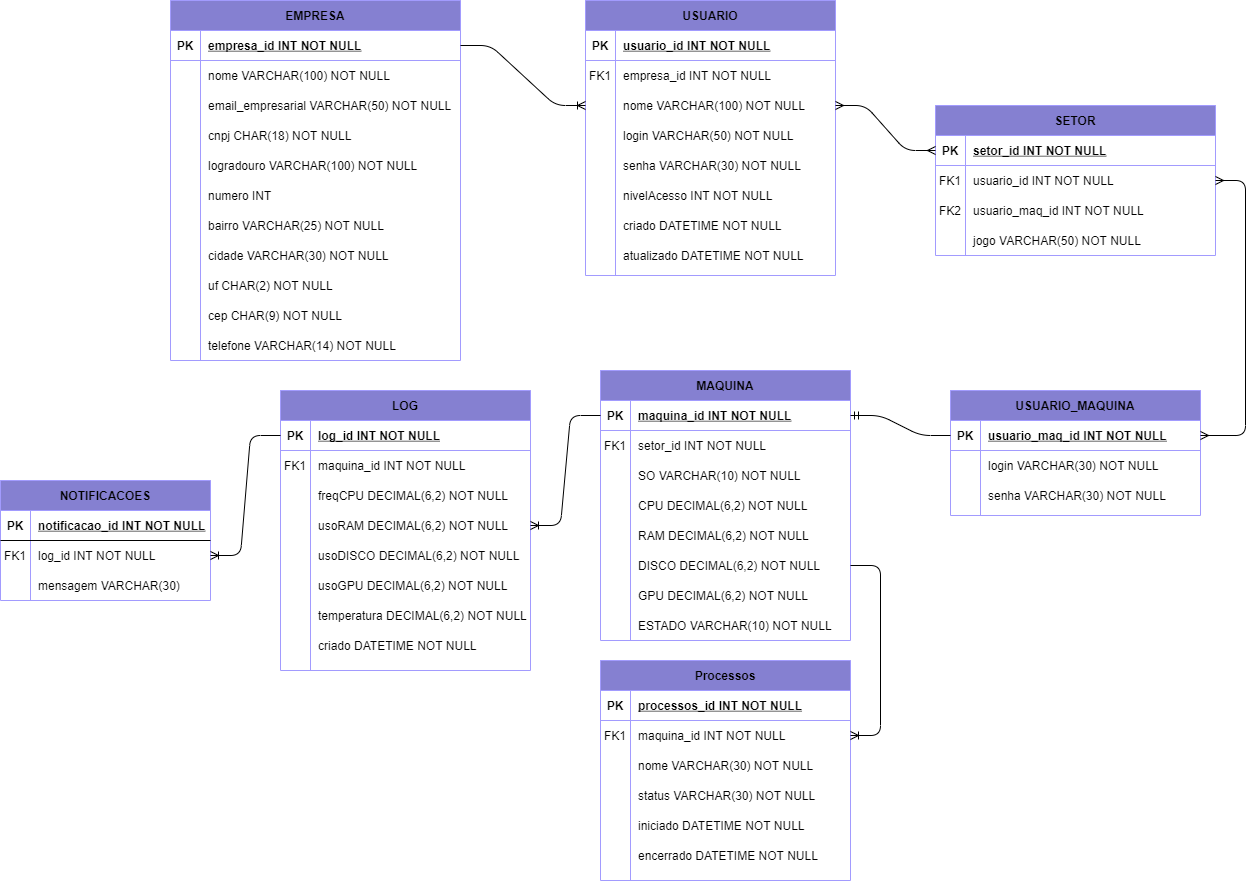
This is Sprint2/DER.drawio.png from W-A-S-D/documentation, a draw.io export, as it was before one commit. Source tidied: cells renumbered, new cells last; positions are measured from the earlier drawing's top-left corner, leaving out a move shared by most shapes.
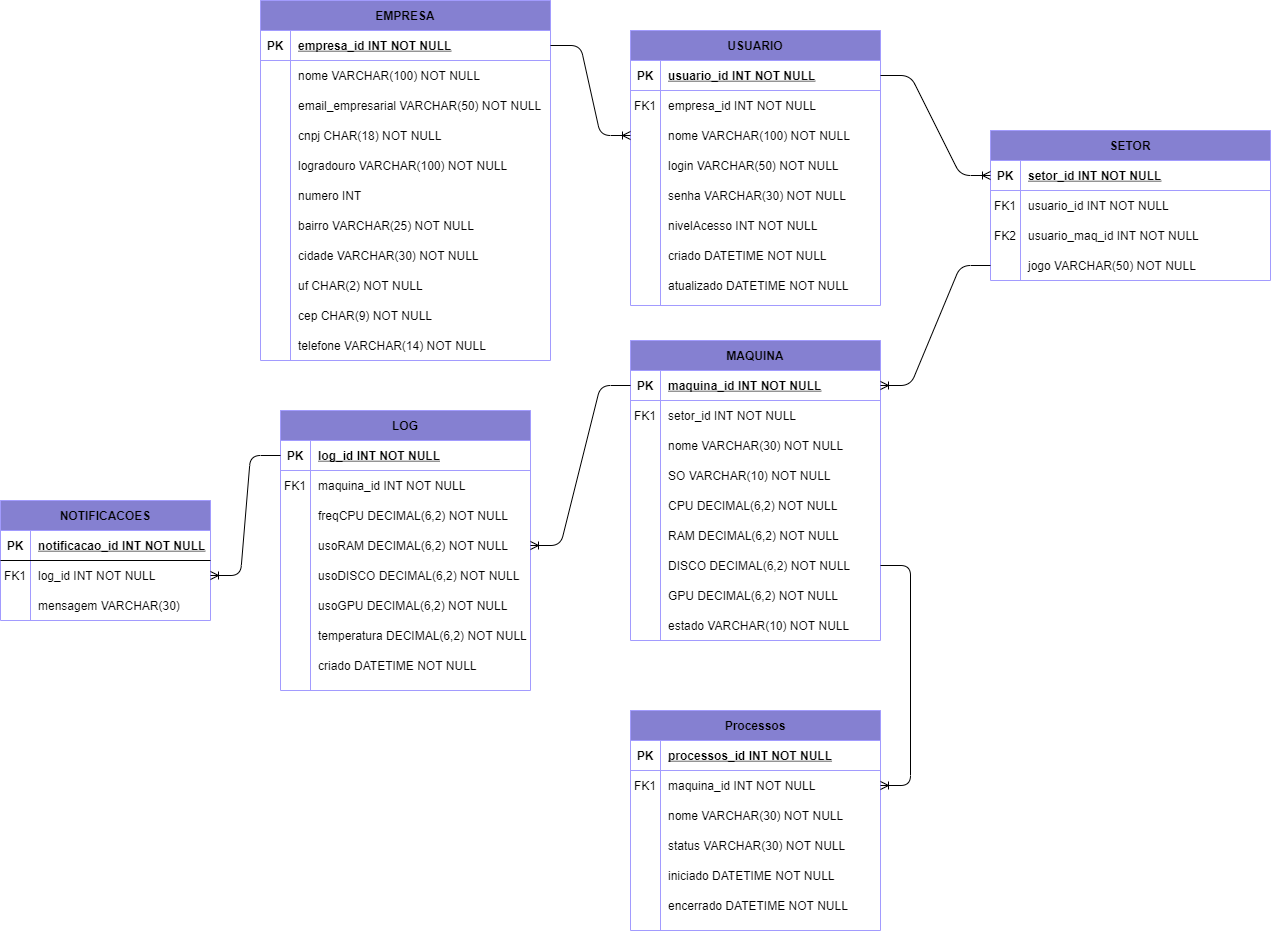
The same file after the commit.

Commit message:
Atualizando DER e BPMN

What changed in the source:
```diff
@@ -3,7 +3,7 @@
     <mxCell id="0" />
     <mxCell id="1" parent="0" />
     <mxCell id="2" value="USUARIO" style="shape=table;startSize=30;rowLines=0;fontStyle=1;align=center;fontColor=#000000;strokeColor=#A29BFE;fillColor=#8580D1;" parent="1" vertex="1">
-      <mxGeometry x="585" width="250" height="275" as="geometry" />
+      <mxGeometry x="650" y="20" width="250" height="275" as="geometry" />
     </mxCell>
     <mxCell id="3" style="shape=partialRectangle;fillColor=none;points=[[0,0.5],[1,0.5]];portConstraint=eastwest;top=0;left=0;right=0;bottom=1;fontColor=#000000;strokeColor=#A29BFE;" parent="2" vertex="1">
       <mxGeometry y="30" width="250" height="30" as="geometry" />
@@ -78,7 +78,7 @@
       <mxGeometry x="30" width="220" height="30" as="geometry" />
     </mxCell>
     <mxCell id="27" value="EMPRESA" style="shape=table;startSize=30;rowLines=0;fontStyle=1;align=center;fontColor=#000000;strokeColor=#A29BFE;fillColor=#8580D1;" parent="1" vertex="1">
-      <mxGeometry x="170" width="290" height="360" as="geometry" />
+      <mxGeometry x="280" y="-10" width="290" height="360" as="geometry" />
     </mxCell>
     <mxCell id="28" style="shape=partialRectangle;fillColor=none;points=[[0,0.5],[1,0.5]];portConstraint=eastwest;top=0;left=0;right=0;bottom=1;fontColor=#000000;strokeColor=#A29BFE;" parent="27" vertex="1">
       <mxGeometry y="30" width="290" height="30" as="geometry" />
@@ -180,7 +180,7 @@
       <mxGeometry x="30" width="260" height="30" as="geometry" />
     </mxCell>
     <mxCell id="61" value="SETOR" style="shape=table;startSize=30;rowLines=0;fontStyle=1;align=center;fontColor=#000000;strokeColor=#A29BFE;fillColor=#8580D1;" parent="1" vertex="1">
-      <mxGeometry x="935" y="105" width="280" height="150" as="geometry" />
+      <mxGeometry x="1010" y="120" width="280" height="150" as="geometry" />
     </mxCell>
     <mxCell id="62" style="shape=partialRectangle;fillColor=none;points=[[0,0.5],[1,0.5]];portConstraint=eastwest;top=0;left=0;right=0;bottom=1;fontColor=#000000;strokeColor=#A29BFE;" parent="61" vertex="1">
       <mxGeometry y="30" width="280" height="30" as="geometry" />
@@ -219,7 +219,7 @@
       <mxGeometry x="30" width="250" height="30" as="geometry" />
     </mxCell>
     <mxCell id="74" value="MAQUINA" style="shape=table;startSize=30;rowLines=0;fontStyle=1;align=center;fontColor=#000000;fillColor=#8580D1;strokeColor=#A29BFE;" parent="1" vertex="1">
-      <mxGeometry x="600" y="370" width="250" height="270" as="geometry" />
+      <mxGeometry x="650" y="330" width="250" height="300" as="geometry" />
     </mxCell>
     <mxCell id="75" style="shape=partialRectangle;fillColor=none;points=[[0,0.5],[1,0.5]];portConstraint=eastwest;top=0;left=0;right=0;bottom=1;fontColor=#000000;strokeColor=#A29BFE;" parent="74" vertex="1">
       <mxGeometry y="30" width="250" height="30" as="geometry" />
@@ -239,8 +239,17 @@
     <mxCell id="80" value="setor_id INT NOT NULL" style="shape=partialRectangle;overflow=hidden;fillColor=none;top=0;left=0;bottom=0;right=0;align=left;spacingLeft=6;fontColor=#000000;strokeColor=#A29BFE;" parent="78" vertex="1">
       <mxGeometry x="30" width="220" height="30" as="geometry" />
     </mxCell>
+    <mxCell id="153" style="shape=partialRectangle;fillColor=none;top=0;left=0;right=0;bottom=0;fontColor=#000000;strokeColor=#A29BFE;" parent="74" vertex="1">
+      <mxGeometry y="90" width="250" height="30" as="geometry" />
+    </mxCell>
+    <mxCell id="170" style="shape=partialRectangle;overflow=hidden;fillColor=none;top=0;left=0;bottom=0;right=0;fontColor=#000000;strokeColor=#A29BFE;" parent="153" vertex="1">
+      <mxGeometry width="30" height="30" as="geometry" />
+    </mxCell>
+    <mxCell id="171" value="nome VARCHAR(30) NOT NULL" style="shape=partialRectangle;overflow=hidden;fillColor=none;top=0;left=0;bottom=0;right=0;align=left;spacingLeft=6;fontColor=#000000;strokeColor=#A29BFE;" parent="153" vertex="1">
+      <mxGeometry x="30" width="220" height="30" as="geometry" />
+    </mxCell>
     <mxCell id="81" style="shape=partialRectangle;fillColor=none;top=0;left=0;right=0;bottom=0;fontColor=#000000;strokeColor=#A29BFE;" parent="74" vertex="1">
-      <mxGeometry y="90" width="250" height="30" as="geometry" />
+      <mxGeometry y="120" width="250" height="30" as="geometry" />
     </mxCell>
     <mxCell id="82" style="shape=partialRectangle;overflow=hidden;fillColor=none;top=0;left=0;bottom=0;right=0;fontColor=#000000;strokeColor=#A29BFE;" parent="81" vertex="1">
       <mxGeometry width="30" height="30" as="geometry" />
@@ -249,7 +258,7 @@
       <mxGeometry x="30" width="220" height="30" as="geometry" />
     </mxCell>
     <mxCell id="84" style="shape=partialRectangle;fillColor=none;top=0;left=0;right=0;bottom=0;fontColor=#000000;strokeColor=#A29BFE;" parent="74" vertex="1">
-      <mxGeometry y="120" width="250" height="30" as="geometry" />
+      <mxGeometry y="150" width="250" height="30" as="geometry" />
     </mxCell>
     <mxCell id="85" style="shape=partialRectangle;overflow=hidden;fillColor=none;top=0;left=0;bottom=0;right=0;fontColor=#000000;strokeColor=#A29BFE;" parent="84" vertex="1">
       <mxGeometry width="30" height="30" as="geometry" />
@@ -258,7 +267,7 @@
       <mxGeometry x="30" width="220" height="30" as="geometry" />
     </mxCell>
     <mxCell id="87" style="shape=partialRectangle;fillColor=none;top=0;left=0;right=0;bottom=0;fontColor=#000000;strokeColor=#A29BFE;" parent="74" vertex="1">
-      <mxGeometry y="150" width="250" height="30" as="geometry" />
+      <mxGeometry y="180" width="250" height="30" as="geometry" />
     </mxCell>
     <mxCell id="88" style="shape=partialRectangle;overflow=hidden;fillColor=none;top=0;left=0;bottom=0;right=0;fontColor=#000000;strokeColor=#A29BFE;" parent="87" vertex="1">
       <mxGeometry width="30" height="30" as="geometry" />
@@ -267,7 +276,7 @@
       <mxGeometry x="30" width="220" height="30" as="geometry" />
     </mxCell>
     <mxCell id="90" style="shape=partialRectangle;fillColor=none;points=[[0,0.5],[1,0.5]];portConstraint=eastwest;top=0;left=0;right=0;bottom=0;fontColor=#000000;strokeColor=#A29BFE;" parent="74" vertex="1">
-      <mxGeometry y="180" width="250" height="30" as="geometry" />
+      <mxGeometry y="210" width="250" height="30" as="geometry" />
     </mxCell>
     <mxCell id="91" style="shape=partialRectangle;overflow=hidden;fillColor=none;top=0;left=0;bottom=0;right=0;fontColor=#000000;strokeColor=#A29BFE;" parent="90" vertex="1">
       <mxGeometry width="30" height="30" as="geometry" />
@@ -276,7 +285,7 @@
       <mxGeometry x="30" width="220" height="30" as="geometry" />
     </mxCell>
     <mxCell id="93" style="shape=partialRectangle;fillColor=none;top=0;left=0;right=0;bottom=0;fontColor=#000000;strokeColor=#A29BFE;" parent="74" vertex="1">
-      <mxGeometry y="210" width="250" height="30" as="geometry" />
+      <mxGeometry y="240" width="250" height="30" as="geometry" />
     </mxCell>
     <mxCell id="94" style="shape=partialRectangle;overflow=hidden;fillColor=none;top=0;left=0;bottom=0;right=0;fontColor=#000000;strokeColor=#A29BFE;" parent="93" vertex="1">
       <mxGeometry width="30" height="30" as="geometry" />
@@ -285,16 +294,16 @@
       <mxGeometry x="30" width="220" height="30" as="geometry" />
     </mxCell>
     <mxCell id="96" style="shape=partialRectangle;fillColor=none;top=0;left=0;right=0;bottom=0;fontColor=#000000;strokeColor=#A29BFE;" parent="74" vertex="1">
-      <mxGeometry y="240" width="250" height="30" as="geometry" />
+      <mxGeometry y="270" width="250" height="30" as="geometry" />
     </mxCell>
     <mxCell id="97" style="shape=partialRectangle;overflow=hidden;fillColor=none;top=0;left=0;bottom=0;right=0;fontColor=#000000;strokeColor=#A29BFE;" parent="96" vertex="1">
       <mxGeometry width="30" height="30" as="geometry" />
     </mxCell>
-    <mxCell id="98" value="ESTADO VARCHAR(10) NOT NULL" style="shape=partialRectangle;overflow=hidden;fillColor=none;top=0;left=0;bottom=0;right=0;align=left;spacingLeft=6;fontColor=#000000;strokeColor=#A29BFE;" parent="96" vertex="1">
+    <mxCell id="98" value="estado VARCHAR(10) NOT NULL" style="shape=partialRectangle;overflow=hidden;fillColor=none;top=0;left=0;bottom=0;right=0;align=left;spacingLeft=6;fontColor=#000000;strokeColor=#A29BFE;" parent="96" vertex="1">
       <mxGeometry x="30" width="220" height="30" as="geometry" />
     </mxCell>
     <mxCell id="99" value="LOG" style="shape=table;startSize=30;rowLines=0;fontStyle=1;align=center;fontColor=#000000;fillColor=#8580D1;strokeColor=#A29BFE;" parent="1" vertex="1">
-      <mxGeometry x="280" y="390" width="250" height="280" as="geometry" />
+      <mxGeometry x="300" y="400" width="250" height="280" as="geometry" />
     </mxCell>
     <mxCell id="100" style="shape=partialRectangle;fillColor=none;points=[[0,0.5],[1,0.5]];portConstraint=eastwest;top=0;left=0;right=0;bottom=1;fontColor=#000000;strokeColor=#A29BFE;" parent="99" vertex="1">
       <mxGeometry y="30" width="250" height="30" as="geometry" />
@@ -369,7 +378,7 @@
       <mxGeometry x="30" width="220" height="30" as="geometry" />
     </mxCell>
     <mxCell id="124" value="Processos" style="shape=table;startSize=30;rowLines=0;fontStyle=1;align=center;fontColor=#000000;strokeColor=#A29BFE;fillColor=#8580D1;" parent="1" vertex="1">
-      <mxGeometry x="600" y="660" width="250" height="220" as="geometry" />
+      <mxGeometry x="650" y="700" width="250" height="220" as="geometry" />
     </mxCell>
     <mxCell id="125" style="shape=partialRectangle;fillColor=none;top=0;left=0;right=0;bottom=1;fontColor=#000000;strokeColor=#A29BFE;" parent="124" vertex="1">
       <mxGeometry y="30" width="250" height="30" as="geometry" />
@@ -434,47 +443,8 @@
     <mxCell id="145" style="edgeStyle=entityRelationEdgeStyle;fontSize=12;html=1;endArrow=ERoneToMany;exitX=1;exitY=0.5;exitDx=0;exitDy=0;fontColor=#000000;strokeColor=#000000;" parent="1" edge="1" source="90" target="128">
       <mxGeometry relative="1" as="geometry" />
     </mxCell>
-    <mxCell id="146" value="USUARIO_MAQUINA" style="shape=table;startSize=30;rowLines=0;fontStyle=1;align=center;fontColor=#000000;strokeColor=#A29BFE;fillColor=#8580D1;" parent="1" vertex="1">
-      <mxGeometry x="950" y="390" width="250" height="125" as="geometry" />
-    </mxCell>
-    <mxCell id="147" style="shape=partialRectangle;fillColor=none;points=[[0,0.5],[1,0.5]];portConstraint=eastwest;top=0;left=0;right=0;bottom=1;fontColor=#000000;strokeColor=#A29BFE;" parent="146" vertex="1">
-      <mxGeometry y="30" width="250" height="30" as="geometry" />
-    </mxCell>
-    <mxCell id="148" value="PK" style="shape=partialRectangle;overflow=hidden;fillColor=none;top=0;left=0;bottom=0;right=0;fontStyle=1;fontColor=#000000;strokeColor=#A29BFE;" parent="147" vertex="1">
-      <mxGeometry width="30" height="30" as="geometry" />
-    </mxCell>
-    <mxCell id="149" value="usuario_maq_id INT NOT NULL " style="shape=partialRectangle;overflow=hidden;fillColor=none;top=0;left=0;bottom=0;right=0;align=left;spacingLeft=6;fontStyle=5;fontColor=#000000;strokeColor=#A29BFE;" parent="147" vertex="1">
-      <mxGeometry x="30" width="220" height="30" as="geometry" />
-    </mxCell>
-    <mxCell id="150" style="shape=partialRectangle;fillColor=none;top=0;left=0;right=0;bottom=0;fontColor=#000000;strokeColor=#A29BFE;" parent="146" vertex="1">
-      <mxGeometry y="60" width="250" height="30" as="geometry" />
-    </mxCell>
-    <mxCell id="151" style="shape=partialRectangle;overflow=hidden;fillColor=none;top=0;left=0;bottom=0;right=0;fontColor=#000000;strokeColor=#A29BFE;" parent="150" vertex="1">
-      <mxGeometry width="30" height="30" as="geometry" />
-    </mxCell>
-    <mxCell id="152" value="login VARCHAR(30) NOT NULL" style="shape=partialRectangle;overflow=hidden;fillColor=none;top=0;left=0;bottom=0;right=0;align=left;spacingLeft=6;fontColor=#000000;strokeColor=#A29BFE;" parent="150" vertex="1">
-      <mxGeometry x="30" width="220" height="30" as="geometry" />
-    </mxCell>
-    <mxCell id="153" style="shape=partialRectangle;fillColor=none;top=0;left=0;right=0;bottom=0;fontColor=#000000;strokeColor=#A29BFE;" parent="146" vertex="1">
-      <mxGeometry y="90" width="250" height="30" as="geometry" />
-    </mxCell>
-    <mxCell id="154" style="shape=partialRectangle;overflow=hidden;fillColor=none;top=0;left=0;bottom=0;right=0;fontColor=#000000;strokeColor=#A29BFE;" parent="153" vertex="1">
-      <mxGeometry width="30" height="30" as="geometry" />
-    </mxCell>
-    <mxCell id="155" value="senha VARCHAR(30) NOT NULL" style="shape=partialRectangle;overflow=hidden;fillColor=none;top=0;left=0;bottom=0;right=0;align=left;spacingLeft=6;fontColor=#000000;strokeColor=#A29BFE;" parent="153" vertex="1">
-      <mxGeometry x="30" width="220" height="30" as="geometry" />
-    </mxCell>
-    <mxCell id="156" style="edgeStyle=entityRelationEdgeStyle;fontSize=12;html=1;endArrow=ERmandOne;labelBackgroundColor=none;fontColor=#000000;strokeColor=#000000;entryX=1;entryY=0.5;entryDx=0;entryDy=0;exitX=0;exitY=0.5;exitDx=0;exitDy=0;" parent="1" edge="1" source="147" target="75">
-      <mxGeometry relative="1" as="geometry" />
-    </mxCell>
-    <mxCell id="157" style="edgeStyle=entityRelationEdgeStyle;fontSize=12;html=1;endArrow=ERmany;startArrow=ERmany;exitX=1;exitY=0.5;exitDx=0;exitDy=0;entryX=0;entryY=0.5;entryDx=0;entryDy=0;" parent="1" edge="1" source="9" target="62">
-      <mxGeometry relative="1" as="geometry" />
-    </mxCell>
-    <mxCell id="158" style="edgeStyle=entityRelationEdgeStyle;fontSize=12;html=1;endArrow=ERmany;startArrow=ERmany;entryX=1;entryY=0.5;entryDx=0;entryDy=0;" parent="1" edge="1" source="65" target="147">
-      <mxGeometry relative="1" as="geometry" />
-    </mxCell>
     <mxCell id="159" value="NOTIFICACOES" style="shape=table;startSize=30;rowLines=0;fontStyle=1;align=center;hachureGap=4;strokeColor=#A29BFE;fillColor=#8580D1;" parent="1" vertex="1">
-      <mxGeometry y="480" width="210" height="120" as="geometry" />
+      <mxGeometry x="20" y="490" width="210" height="120" as="geometry" />
     </mxCell>
     <mxCell id="160" style="shape=partialRectangle;fillColor=none;top=0;left=0;bottom=1;right=0;" parent="159" vertex="1">
       <mxGeometry y="30" width="210" height="30" as="geometry" />
@@ -506,5 +476,11 @@
     <mxCell id="169" style="edgeStyle=entityRelationEdgeStyle;fontSize=12;html=1;endArrow=ERoneToMany;exitX=0;exitY=0.5;exitDx=0;exitDy=0;entryX=1;entryY=0.5;entryDx=0;entryDy=0;fontColor=#000000;strokeColor=#000000;" parent="1" edge="1" source="100" target="163">
       <mxGeometry relative="1" as="geometry" />
     </mxCell>
+    <mxCell id="172" style="edgeStyle=entityRelationEdgeStyle;fontSize=12;html=1;endArrow=ERoneToMany;exitX=1;exitY=0.5;exitDx=0;exitDy=0;fontColor=#000000;strokeColor=#000000;labelBackgroundColor=none;entryX=0;entryY=0.5;entryDx=0;entryDy=0;" parent="1" edge="1" source="3" target="62">
+      <mxGeometry relative="1" as="geometry" />
+    </mxCell>
+    <mxCell id="173" style="edgeStyle=entityRelationEdgeStyle;fontSize=12;html=1;endArrow=ERoneToMany;exitX=0;exitY=0.5;exitDx=0;exitDy=0;fontColor=#000000;strokeColor=#000000;labelBackgroundColor=none;" parent="1" edge="1" source="71" target="75">
+      <mxGeometry relative="1" as="geometry" />
+    </mxCell>
   </root>
 </mxGraphModel>
```
